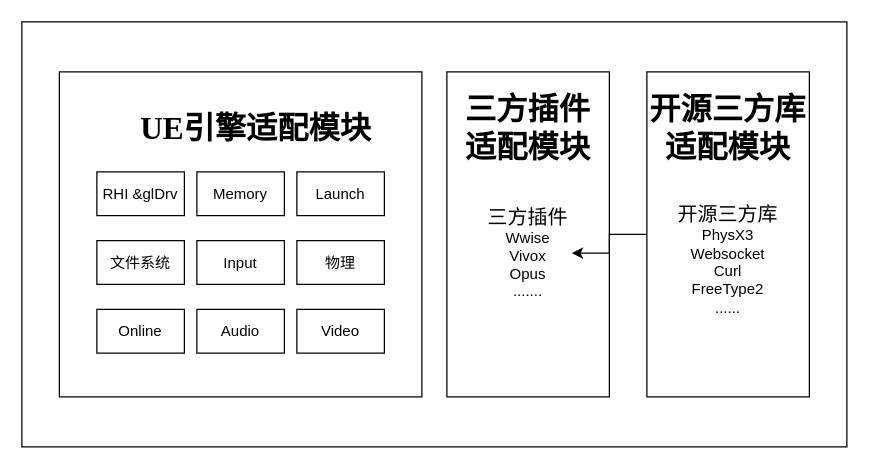
Above: page "第 2 页" (2 of 9) of 未命名绘图.drawio in xiqiniu/xiqiniu.github.io (draw.io), before the change. Source tidied: cells renumbered, new cells numbered last; positions are measured from the earlier drawing's top-left corner, leaving out a move shared by most shapes. Both pictures are drawn from the tidied source at 125%, with x=0, y=0 at pixel (21, 21).
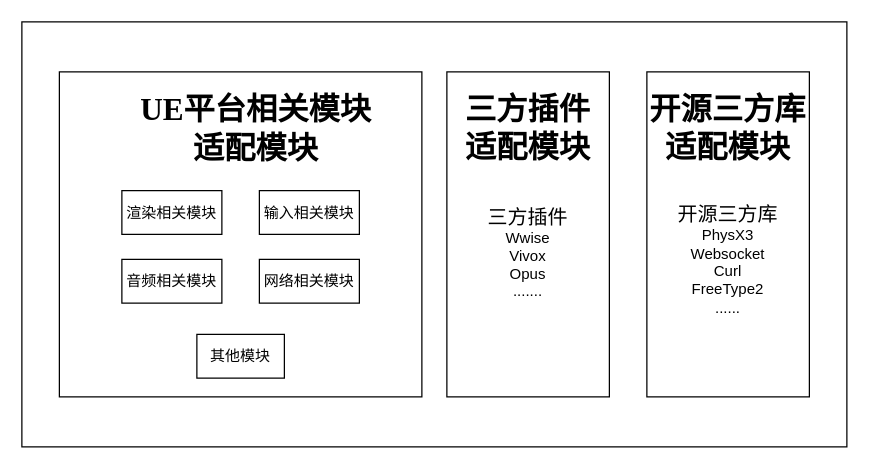
Above is the later version.

The change refers to these unchanged cells:
```xml
<mxCell id="15" style="rounded=0;whiteSpace=wrap;html=1;fontStyle=0;" parent="1" vertex="1">
  <mxGeometry x="500" y="40" width="130" height="260" as="geometry" />
</mxCell>
<mxCell id="16" value="&lt;div&gt;&lt;div&gt;&lt;div&gt;&lt;span style=&quot;font-size: 16px;&quot;&gt;三方插件&lt;/span&gt;&lt;/div&gt;&lt;div&gt;&lt;span style=&quot;&quot;&gt;Wwise&lt;/span&gt;&lt;/div&gt;&lt;div&gt;&lt;span style=&quot;&quot;&gt;Vivox&lt;/span&gt;&lt;/div&gt;&lt;div&gt;&lt;span style=&quot;&quot;&gt;Opus&lt;/span&gt;&lt;/div&gt;&lt;div&gt;.......&lt;/div&gt;&lt;/div&gt;&lt;/div&gt;" style="text;html=1;align=center;verticalAlign=middle;whiteSpace=wrap;rounded=0;fontStyle=0;" parent="1" vertex="1">
  <mxGeometry x="370" y="170" width="70" height="30" as="geometry" />
</mxCell>
```

Diff of the diagram source:
```diff
@@
-    <mxCell id="4" value="RHI &amp;amp;glDrv" style="rounded=0;whiteSpace=wrap;html=1;fontStyle=0;" parent="1" vertex="1">
-      <mxGeometry x="60" y="120" width="70" height="35" as="geometry" />
-    </mxCell>
-    <mxCell id="5" value="Memory" style="rounded=0;whiteSpace=wrap;html=1;fontStyle=0;" parent="1" vertex="1">
-      <mxGeometry x="140" y="120" width="70" height="35" as="geometry" />
-    </mxCell>
-    <mxCell id="6" value="Launch" style="rounded=0;whiteSpace=wrap;html=1;fontStyle=0;" parent="1" vertex="1">
-      <mxGeometry x="220" y="120" width="70" height="35" as="geometry" />
-    </mxCell>
-    <mxCell id="7" value="文件系统" style="rounded=0;whiteSpace=wrap;html=1;fontStyle=0;" parent="1" vertex="1">
-      <mxGeometry x="60" y="175" width="70" height="35" as="geometry" />
-    </mxCell>
-    <mxCell id="8" value="Input" style="rounded=0;whiteSpace=wrap;html=1;fontStyle=0;" parent="1" vertex="1">
-      <mxGeometry x="140" y="175" width="70" height="35" as="geometry" />
+    <mxCell id="8" value="渲染相关模块" style="rounded=0;whiteSpace=wrap;html=1;fontStyle=0;" parent="1" vertex="1">
+      <mxGeometry x="80" y="135" width="80" height="35" as="geometry" />
     </mxCell>
-    <mxCell id="9" value="物理" style="rounded=0;whiteSpace=wrap;html=1;fontStyle=0;" parent="1" vertex="1">
-      <mxGeometry x="220" y="175" width="70" height="35" as="geometry" />
-    </mxCell>
-    <mxCell id="10" value="Online" style="rounded=0;whiteSpace=wrap;html=1;fontStyle=0;" parent="1" vertex="1">
-      <mxGeometry x="60" y="230" width="70" height="35" as="geometry" />
-    </mxCell>
-    <mxCell id="11" value="Audio" style="rounded=0;whiteSpace=wrap;html=1;fontStyle=0;" parent="1" vertex="1">
-      <mxGeometry x="140" y="230" width="70" height="35" as="geometry" />
-    </mxCell>
-    <mxCell id="12" value="Video" style="rounded=0;whiteSpace=wrap;html=1;fontStyle=0;" parent="1" vertex="1">
-      <mxGeometry x="220" y="230" width="70" height="35" as="geometry" />
-    </mxCell>
@@
-    <mxCell id="14" style="edgeStyle=orthogonalEdgeStyle;rounded=0;jettySize=auto;html=1;" parent="1" edge="1" source="15" target="16">
-      <mxGeometry relative="1" as="geometry" />
-    </mxCell>
@@
-    <mxCell id="17" value="&lt;p&gt;&lt;a name=&quot;_Hlk169879544&quot; style=&quot;font-size: 25px;&quot;&gt;&lt;span lang=&quot;EN-US&quot; style=&quot;font-family: &amp;quot;Times New Roman&amp;quot;, serif;&quot;&gt;UE&lt;/span&gt;&lt;/a&gt;&lt;span style=&quot;font-size: 25px; font-family: 宋体;&quot;&gt;引擎适配模块&lt;/span&gt;&lt;/p&gt;" style="text;html=1;align=center;verticalAlign=middle;whiteSpace=wrap;rounded=0;fontStyle=1;" parent="1" vertex="1">
+    <mxCell id="17" value="&lt;p&gt;&lt;span style=&quot;font-size: 25px;&quot;&gt;&lt;font face=&quot;Times New Roman, serif&quot;&gt;UE平台相关模块&lt;/font&gt;&lt;/span&gt;&lt;span style=&quot;font-size: 25px; font-family: 宋体;&quot;&gt;适配模块&lt;/span&gt;&lt;/p&gt;" style="text;html=1;align=center;verticalAlign=middle;whiteSpace=wrap;rounded=0;fontStyle=1;" parent="1" vertex="1">
       <mxGeometry x="85" y="70" width="205" height="30" as="geometry" />
     </mxCell>
@@
+    <mxCell id="21" value="输入相关模块" style="rounded=0;whiteSpace=wrap;html=1;fontStyle=0;" parent="1" vertex="1">
+      <mxGeometry x="190" y="135" width="80" height="35" as="geometry" />
+    </mxCell>
+    <mxCell id="22" value="网络相关模块" style="rounded=0;whiteSpace=wrap;html=1;fontStyle=0;" parent="1" vertex="1">
+      <mxGeometry x="190" y="190" width="80" height="35" as="geometry" />
+    </mxCell>
+    <mxCell id="23" value="音频相关模块" style="rounded=0;whiteSpace=wrap;html=1;fontStyle=0;" parent="1" vertex="1">
+      <mxGeometry x="80" y="190" width="80" height="35" as="geometry" />
+    </mxCell>
+    <mxCell id="24" value="其他模块" style="rounded=0;whiteSpace=wrap;html=1;fontStyle=0;" parent="1" vertex="1">
+      <mxGeometry x="140" y="250" width="70" height="35" as="geometry" />
+    </mxCell>
```
